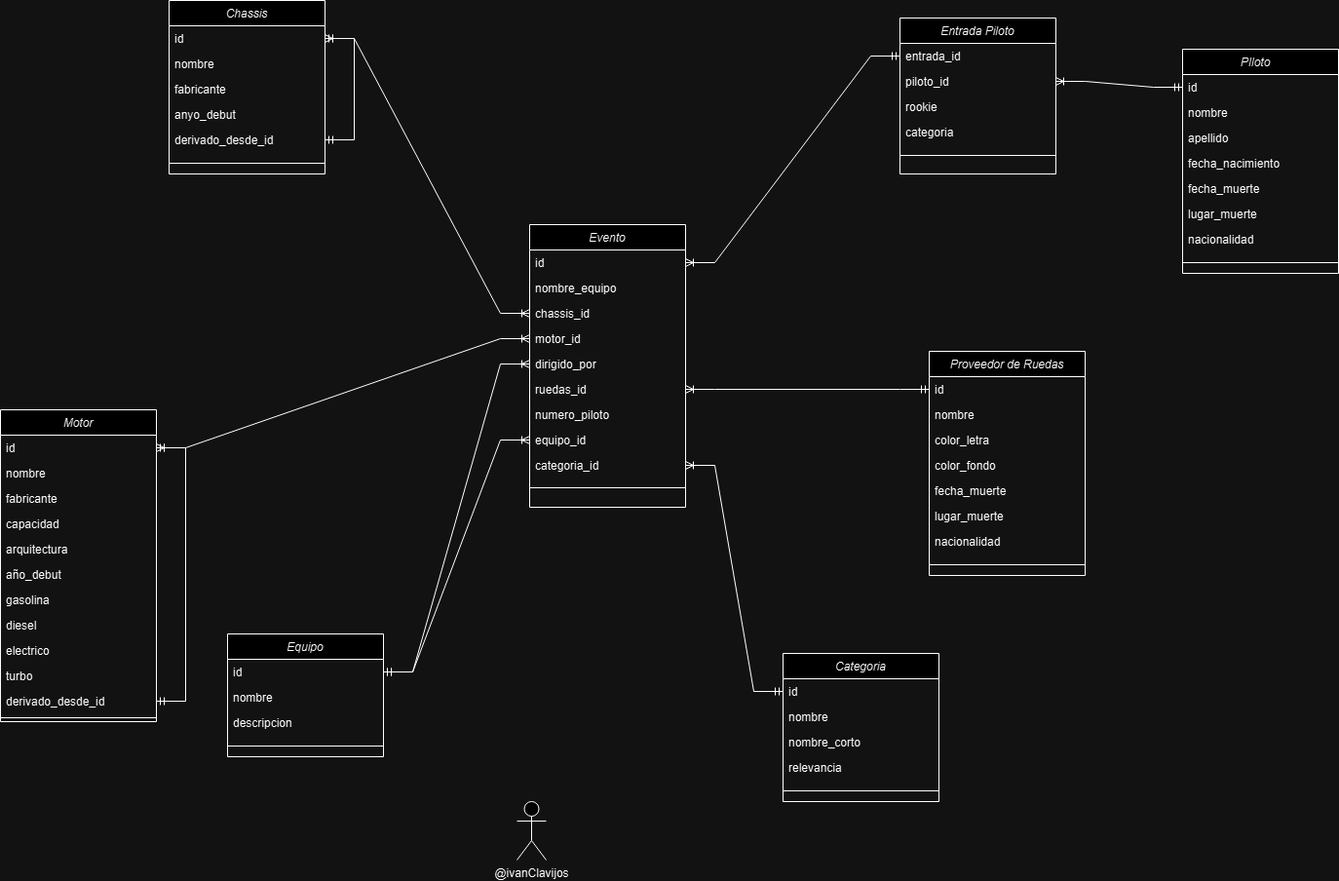
Earlier version of the draw.io export src/main/resources/imagenes/diagrama.png (sergiEscriva/APEC_UD2). Source tidied: cells renumbered, new cells last; positions are measured from the earlier drawing's top-left corner, leaving out a move shared by most shapes.
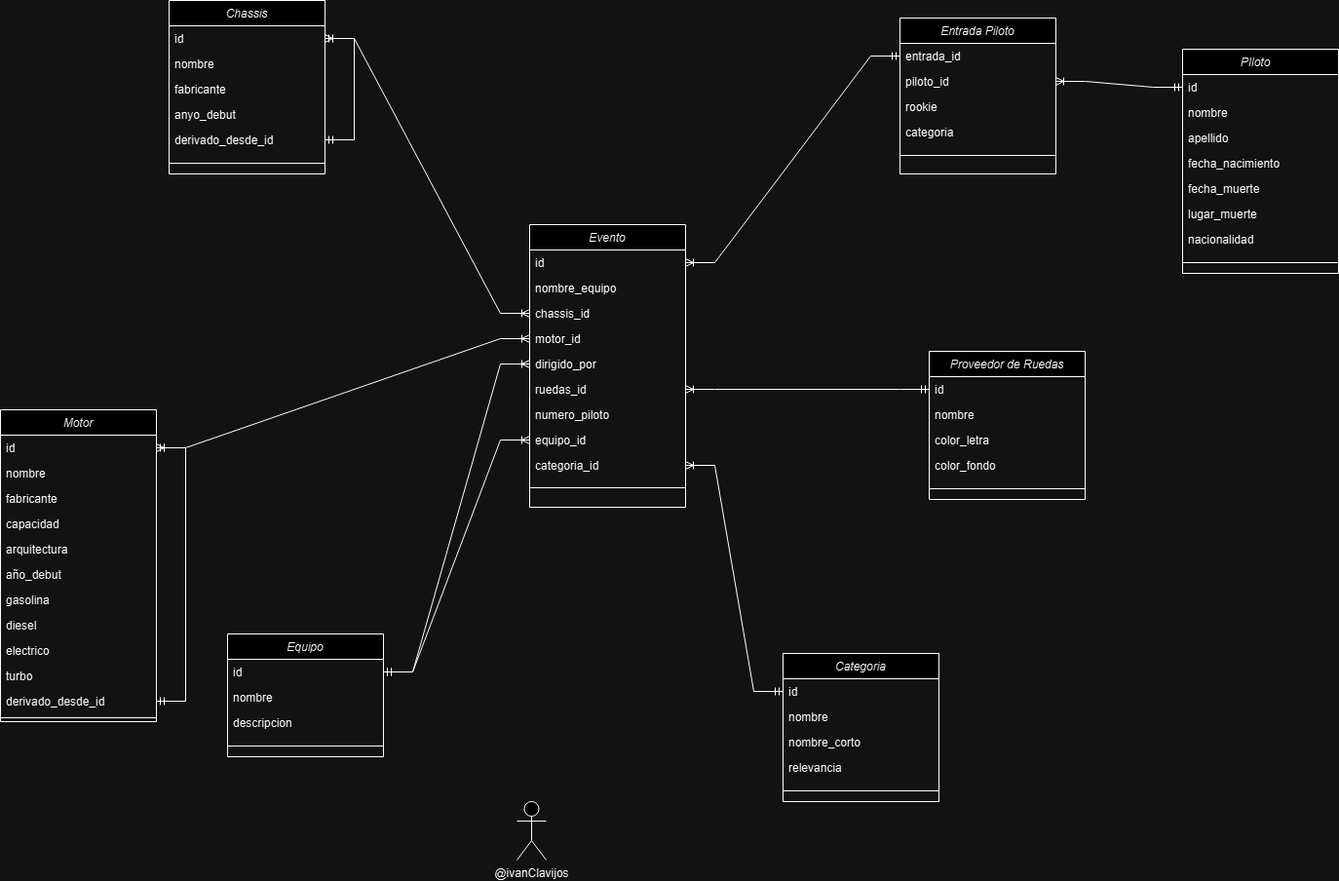
The same diagram one commit later.

Change to the diagram source:
```diff
@@ -48,7 +48,7 @@
       <mxGeometry y="130" width="160" height="22" as="geometry" />
     </mxCell>
     <mxCell id="17" value="Proveedor de Ruedas" style="swimlane;fontStyle=2;align=center;verticalAlign=top;horizontal=1;startSize=26;rounded=0;shadow=0;strokeWidth=1;" parent="1" vertex="1">
-      <mxGeometry x="953" y="360" width="160" height="230" as="geometry" />
+      <mxGeometry x="953" y="360" width="160" height="152" as="geometry" />
     </mxCell>
     <mxCell id="18" value="id" style="text;align=left;verticalAlign=top;spacingLeft=4;spacingRight=4;overflow=hidden;points=[[0,0.5],[1,0.5]];portConstraint=eastwest;" parent="17" vertex="1">
       <mxGeometry y="26" width="160" height="26" as="geometry" />
@@ -62,17 +62,8 @@
     <mxCell id="21" value="color_fondo" style="text;align=left;verticalAlign=top;spacingLeft=4;spacingRight=4;overflow=hidden;rounded=0;shadow=0;html=0;" parent="17" vertex="1">
       <mxGeometry y="104" width="160" height="26" as="geometry" />
     </mxCell>
-    <mxCell id="22" value="fecha_muerte" style="text;align=left;verticalAlign=top;spacingLeft=4;spacingRight=4;overflow=hidden;rounded=0;shadow=0;html=0;" parent="17" vertex="1">
-      <mxGeometry y="130" width="160" height="26" as="geometry" />
-    </mxCell>
-    <mxCell id="23" value="lugar_muerte" style="text;align=left;verticalAlign=top;spacingLeft=4;spacingRight=4;overflow=hidden;rounded=0;shadow=0;html=0;" parent="17" vertex="1">
-      <mxGeometry y="156" width="160" height="26" as="geometry" />
-    </mxCell>
-    <mxCell id="24" value="nacionalidad" style="text;align=left;verticalAlign=top;spacingLeft=4;spacingRight=4;overflow=hidden;rounded=0;shadow=0;html=0;" parent="17" vertex="1">
-      <mxGeometry y="182" width="160" height="26" as="geometry" />
-    </mxCell>
     <mxCell id="25" style="line;html=1;strokeWidth=1;align=left;verticalAlign=middle;spacingTop=-1;spacingLeft=3;spacingRight=3;labelPosition=right;" parent="17" vertex="1">
-      <mxGeometry y="208" width="160" height="22" as="geometry" />
+      <mxGeometry y="130" width="160" height="22" as="geometry" />
     </mxCell>
     <mxCell id="26" value="Chassis" style="swimlane;fontStyle=2;align=center;verticalAlign=top;horizontal=1;startSize=26;rounded=0;shadow=0;strokeWidth=1;" parent="1" vertex="1">
       <mxGeometry x="173" width="160" height="178" as="geometry" />
```
